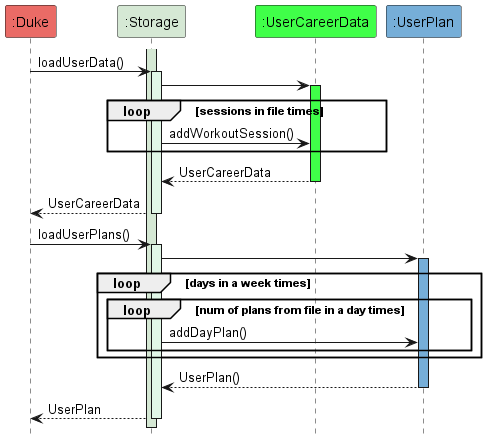
Earlier version of the PlantUML export docs/UML/Images/LoadingUserData.png (nus-cs2113-AY2223S2/tp). Source of this version:
```plantuml
@startuml
hide footbox
!include style.puml
participant ":Duke" MAIN_COLOUR
participant ":Storage" as Storage STORAGE_COLOUR
participant ":UserCareerData" COMMONS_COLOUR
participant ":UserPlan" LAPIS
Storage++ STORAGE_COLOUR
":Duke" -> Storage : loadUserData()
activate Storage STORAGE_FADED_COLOUR
        Storage -> ":UserCareerData"
        activate ":UserCareerData" COMMONS_COLOUR
            loop sessions in file times
                Storage -> ":UserCareerData" : addWorkoutSession()
            end
            ":UserCareerData" --> Storage : UserCareerData
    deactivate ":UserCareerData"
    Storage --> ":Duke" : UserCareerData
deactivate Storage
":Duke" -> Storage : loadUserPlans()
    activate Storage STORAGE_FADED_COLOUR
    Storage -> ":UserPlan"
    activate ":UserPlan" LAPIS
    loop days in a week times
            loop num of plans from file in a day times
                Storage -> ":UserPlan" : addDayPlan()
            end
    end
    ":UserPlan" --> Storage : UserPlan()
    deactivate ":UserPlan"
    Storage --> ":Duke" : UserPlan

deactivate Storage


@enduml
```
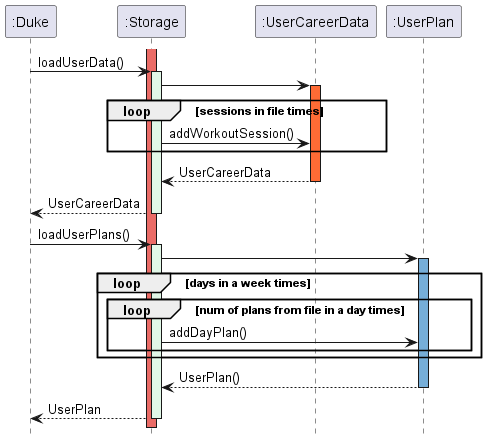
After the change.

Change to the diagram source:
```diff
@@ -1,15 +1,15 @@
 @startuml
 hide footbox
 !include style.puml
-participant ":Duke" MAIN_COLOUR
-participant ":Storage" as Storage STORAGE_COLOUR
-participant ":UserCareerData" COMMONS_COLOUR
-participant ":UserPlan" LAPIS
-Storage++ STORAGE_COLOUR
+participant ":Duke"
+participant ":Storage" as Storage
+participant ":UserCareerData"
+participant ":UserPlan"
+Storage++ MAIN_COLOUR
 ":Duke" -> Storage : loadUserData()
 activate Storage STORAGE_FADED_COLOUR
         Storage -> ":UserCareerData"
-        activate ":UserCareerData" COMMONS_COLOUR
+        activate ":UserCareerData" ORANGE
             loop sessions in file times
                 Storage -> ":UserCareerData" : addWorkoutSession()
             end
```
